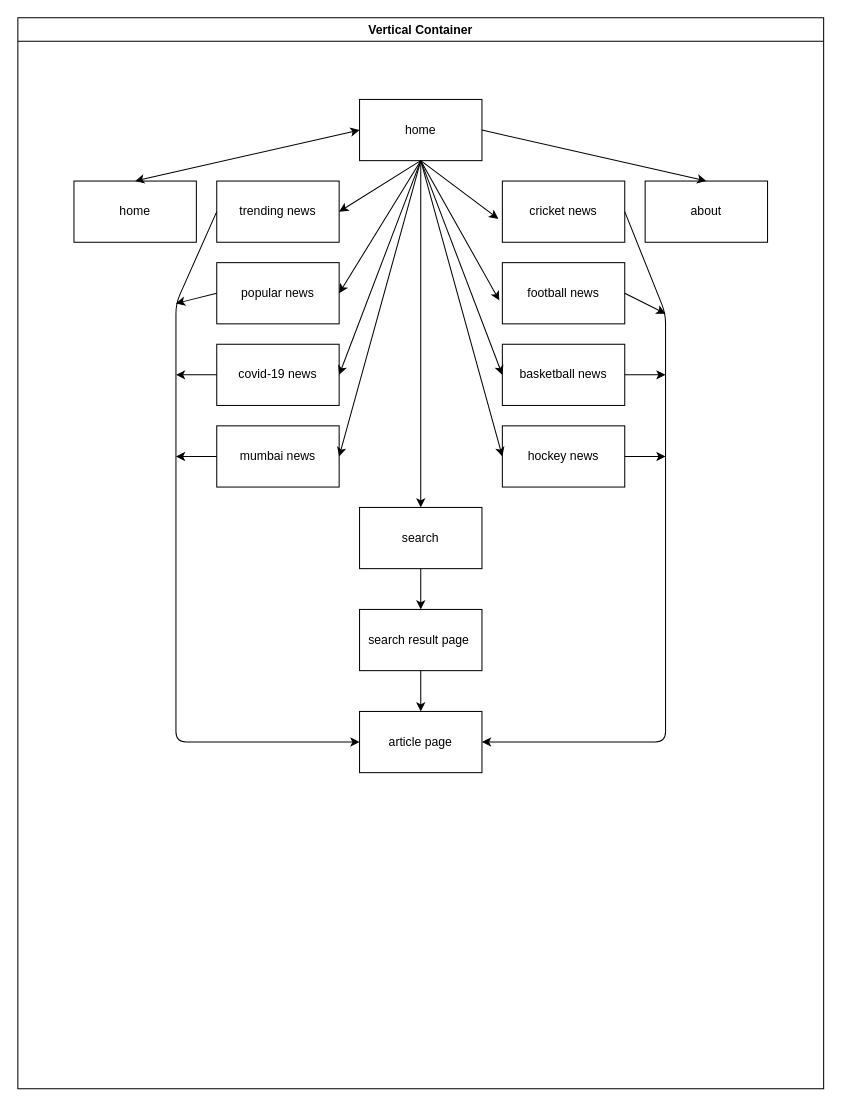
Before: diagrams/Untitled Diagram.drawio in thesohailjafri/NewsSite, a draw.io diagram. Source tidied: cells renumbered, new cells numbered last; positions are measured from the earlier drawing's top-left corner, leaving out a move shared by most shapes. Both pictures are drawn from the tidied source at 102%, with x=0, y=0 at pixel (17, 17).
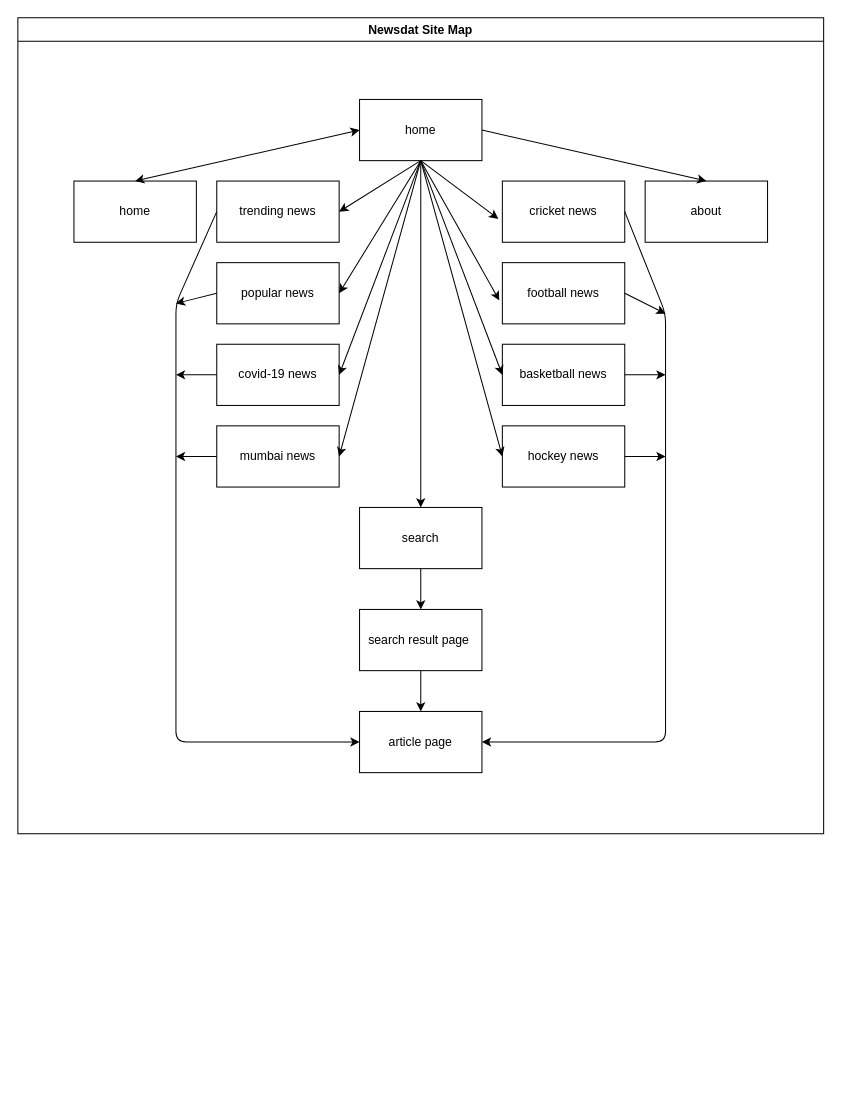
Above is the later version.

The edit, as a diff of the source:
```diff
@@
-    <mxCell id="2" value="Vertical Container" style="swimlane;" parent="1" vertex="1">
-      <mxGeometry width="790" height="1050" as="geometry" />
+    <mxCell id="2" value="Newsdat Site Map" style="swimlane;" parent="1" vertex="1">
+      <mxGeometry width="790" height="800" as="geometry" />
     </mxCell>
```
